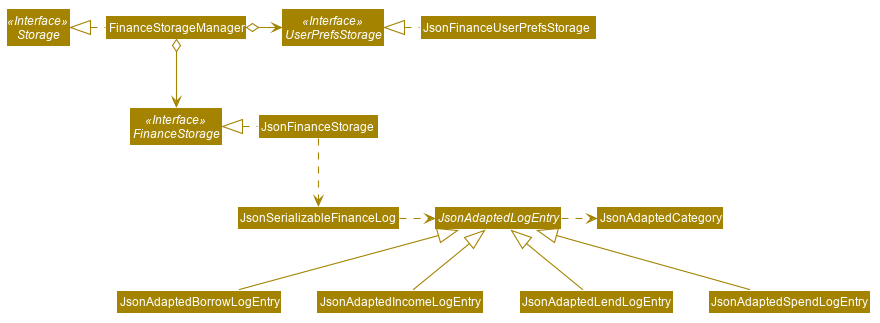
This is docs/images/FinanceStorageClassDiagram.png from nus-cs2103-AY1920S1/addressbook-level3, a PlantUML export, as it was before one commit. Its diagram source:
```plantuml
@startuml








skinparam BackgroundColor #FFFFFFF

skinparam Shadowing false

skinparam Class {
    FontColor #FFFFFF
    BorderThickness 1
    BorderColor #FFFFFF
    StereotypeFontColor #FFFFFF
    FontName Arial
}

skinparam Actor {
    BorderColor #000000
    Color #000000
    FontName Arial
}

skinparam Sequence {
    MessageAlign center
    BoxFontSize 15
    BoxPadding 0
    BoxFontColor #FFFFFF
    FontName Arial
}

skinparam Participant {
    FontColor #FFFFFFF
    Padding 20
}

skinparam MinClassWidth 50
skinparam ParticipantPadding 10
skinparam Shadowing false
skinparam DefaultTextAlignment center
skinparam packageStyle Rectangle

hide footbox
hide members
hide circle
skinparam arrowThickness 1.1
skinparam arrowColor #A38300
skinparam classBackgroundColor #A38300

Interface Storage <<Interface>>
Interface UserPrefsStorage <<Interface>>
Interface FinanceStorage <<Interface>>

Abstract Class JsonAdaptedLogEntry

Class FinanceStorageManager
Class JsonAdaptedBorrowLogEntry
Class JsonAdaptedCategory
Class JsonAdaptedIncomeLogEntry
Class JsonAdaptedLendLogEntry
Class JsonAdaptedSpendLogEntry
Class JsonFinanceStorage
Class JsonFinanceUserPrefsStorage
Class JsonSerializableFinanceLog

FinanceStorageManager .left.|> Storage
FinanceStorageManager o-right-> UserPrefsStorage
FinanceStorageManager o--> FinanceStorage

JsonFinanceUserPrefsStorage .left.|> UserPrefsStorage
JsonFinanceStorage .left.|> FinanceStorage
JsonFinanceStorage .down.> JsonSerializableFinanceLog
JsonSerializableFinanceLog .right.> JsonAdaptedLogEntry
JsonAdaptedLogEntry .right.> JsonAdaptedCategory
JsonAdaptedBorrowLogEntry -up-|> JsonAdaptedLogEntry
JsonAdaptedIncomeLogEntry -up-|> JsonAdaptedLogEntry
JsonAdaptedLendLogEntry -up-|> JsonAdaptedLogEntry
JsonAdaptedSpendLogEntry -up-|> JsonAdaptedLogEntry

@enduml
```
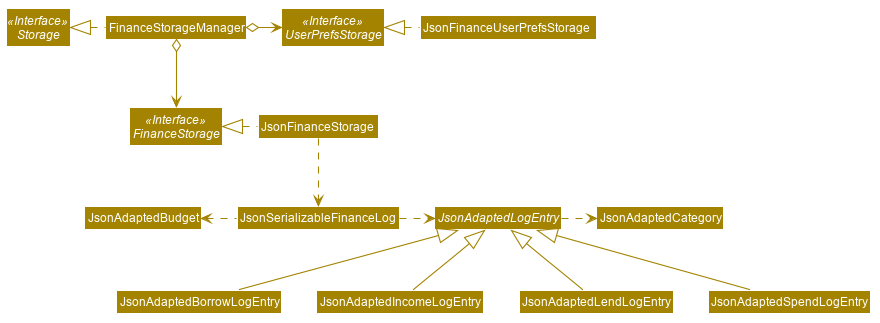
The same diagram one commit later.

Change to the diagram source:
```diff
@@ -66,6 +66,7 @@
 Class JsonFinanceStorage
 Class JsonFinanceUserPrefsStorage
 Class JsonSerializableFinanceLog
+Class JsonAdaptedBudget
 
 FinanceStorageManager .left.|> Storage
 FinanceStorageManager o-right-> UserPrefsStorage
@@ -75,6 +76,7 @@
 JsonFinanceStorage .left.|> FinanceStorage
 JsonFinanceStorage .down.> JsonSerializableFinanceLog
 JsonSerializableFinanceLog .right.> JsonAdaptedLogEntry
+JsonSerializableFinanceLog .left.> JsonAdaptedBudget
 JsonAdaptedLogEntry .right.> JsonAdaptedCategory
 JsonAdaptedBorrowLogEntry -up-|> JsonAdaptedLogEntry
 JsonAdaptedIncomeLogEntry -up-|> JsonAdaptedLogEntry
```
